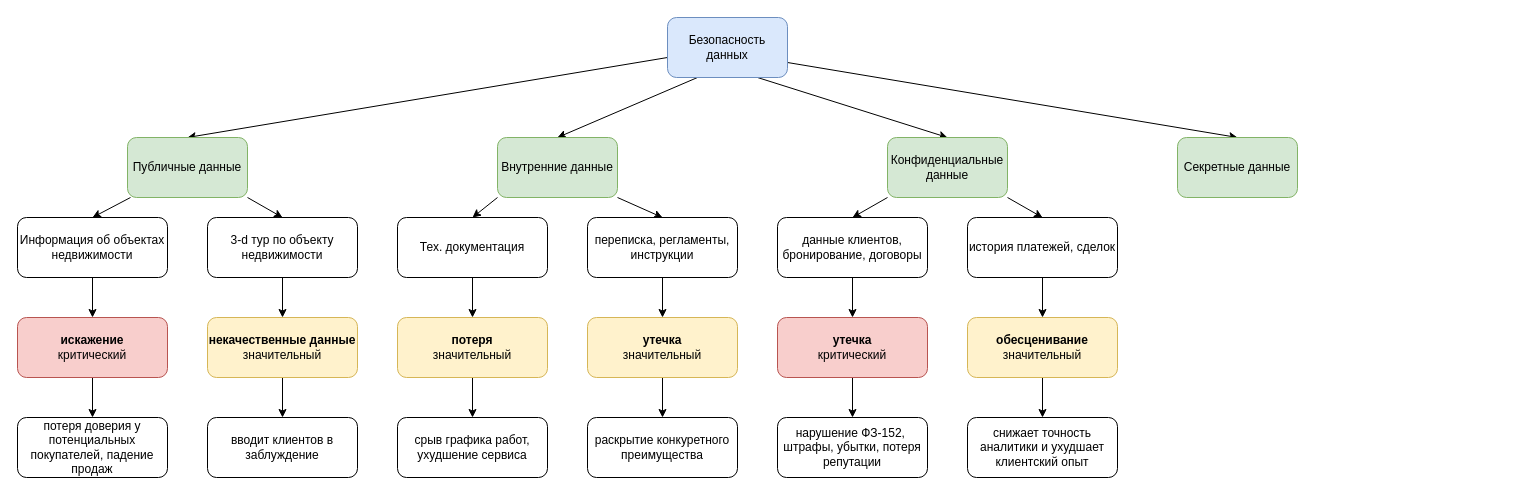
The draw.io diagram Task1/task1.drawio in vladimir-kulgun/architecture-pro-propdevelopment, before the edit. Source tidied: cells renumbered, new cells numbered last; positions are measured from the earlier drawing's top-left corner, leaving out a move shared by most shapes. Both pictures are drawn from the tidied source at 100%, with x=0, y=0 at pixel (17, 17).
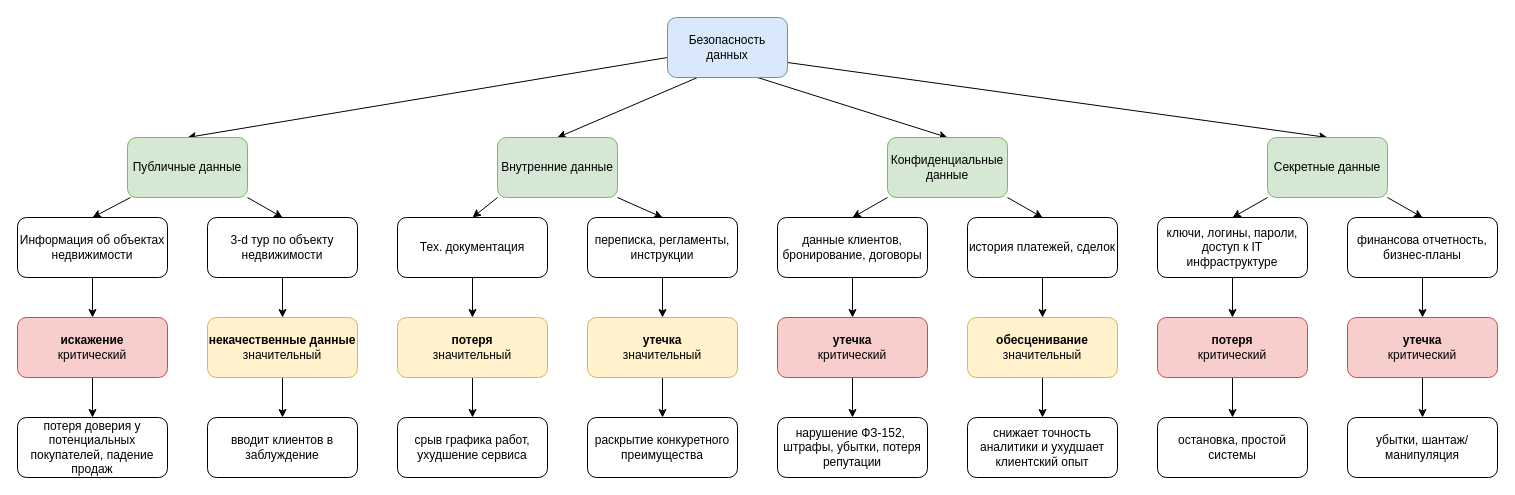
After the change.

Commit message:
Секретные данные

Diff of the diagram source:
```diff
@@
+    <mxCell id="47" style="edgeStyle=none;html=1;exitX=0;exitY=1;exitDx=0;exitDy=0;entryX=0.5;entryY=0;entryDx=0;entryDy=0;" parent="1" edge="1" source="16" target="50">
+      <mxGeometry relative="1" as="geometry" />
+    </mxCell>
+    <mxCell id="48" style="edgeStyle=none;html=1;exitX=1;exitY=1;exitDx=0;exitDy=0;entryX=0.5;entryY=0;entryDx=0;entryDy=0;" parent="1" edge="1" source="16" target="55">
+      <mxGeometry relative="1" as="geometry" />
+    </mxCell>
     <mxCell id="16" value="Секретные данные" style="rounded=1;whiteSpace=wrap;html=1;fillColor=#d5e8d4;strokeColor=#82b366;" parent="1" vertex="1">
-      <mxGeometry x="1160" y="120" width="120" height="60" as="geometry" />
+      <mxGeometry x="1250" y="120" width="120" height="60" as="geometry" />
     </mxCell>
@@
+    <mxCell id="49" style="edgeStyle=none;html=1;exitX=0.5;exitY=1;exitDx=0;exitDy=0;" parent="1" edge="1" source="50" target="52">
+      <mxGeometry relative="1" as="geometry" />
+    </mxCell>
+    <mxCell id="50" value="&lt;span style=&quot;color: rgb(0, 0, 0);&quot;&gt;ключи, логины, пароли, доступ к IT инфраструктуре&lt;/span&gt;" style="rounded=1;whiteSpace=wrap;html=1;" parent="1" vertex="1">
+      <mxGeometry x="1140" y="200" width="150" height="60" as="geometry" />
+    </mxCell>
+    <mxCell id="51" style="edgeStyle=none;html=1;entryX=0.5;entryY=0;entryDx=0;entryDy=0;" parent="1" edge="1" source="52" target="53">
+      <mxGeometry relative="1" as="geometry" />
+    </mxCell>
+    <mxCell id="52" value="&lt;b&gt;потеря&lt;/b&gt;&lt;br&gt;&lt;div&gt;критический&lt;/div&gt;" style="rounded=1;whiteSpace=wrap;html=1;fillColor=#f8cecc;strokeColor=#b85450;" parent="1" vertex="1">
+      <mxGeometry x="1140" y="300" width="150" height="60" as="geometry" />
+    </mxCell>
+    <mxCell id="53" value="остановка, простой системы" style="rounded=1;whiteSpace=wrap;html=1;" parent="1" vertex="1">
+      <mxGeometry x="1140" y="400" width="150" height="60" as="geometry" />
+    </mxCell>
+    <mxCell id="54" style="edgeStyle=none;html=1;exitX=0.5;exitY=1;exitDx=0;exitDy=0;" parent="1" edge="1" source="55" target="57">
+      <mxGeometry relative="1" as="geometry" />
+    </mxCell>
+    <mxCell id="55" value="финансова отчетность, бизнес-планы" style="rounded=1;whiteSpace=wrap;html=1;" parent="1" vertex="1">
+      <mxGeometry x="1330" y="200" width="150" height="60" as="geometry" />
+    </mxCell>
+    <mxCell id="56" style="edgeStyle=none;html=1;exitX=0.5;exitY=1;exitDx=0;exitDy=0;" parent="1" edge="1" source="57" target="58">
+      <mxGeometry relative="1" as="geometry" />
+    </mxCell>
+    <mxCell id="57" value="&lt;div&gt;&lt;font color=&quot;#000000&quot;&gt;&lt;b&gt;утечка&lt;/b&gt;&lt;/font&gt;&lt;/div&gt;&lt;div&gt;критический&lt;/div&gt;" style="rounded=1;whiteSpace=wrap;html=1;fillColor=#f8cecc;strokeColor=#b85450;" parent="1" vertex="1">
+      <mxGeometry x="1330" y="300" width="150" height="60" as="geometry" />
+    </mxCell>
+    <mxCell id="58" value="убытки, шантаж/манипуляция" style="rounded=1;whiteSpace=wrap;html=1;" parent="1" vertex="1">
+      <mxGeometry x="1330" y="400" width="150" height="60" as="geometry" />
+    </mxCell>
```
